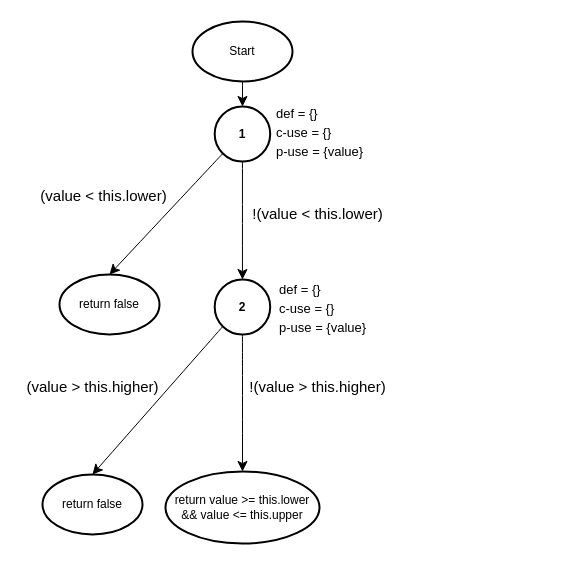
The draw.io diagram Range_Data_Flow_Graph.drawio in seng438-winter-2024/seng438-a3-dominico25, before the edit. Source tidied: cells renumbered, new cells numbered last; positions are measured from the earlier drawing's top-left corner, leaving out a move shared by most shapes. Both pictures are drawn from the tidied source at 100%, with x=0, y=0 at pixel (17, 21).
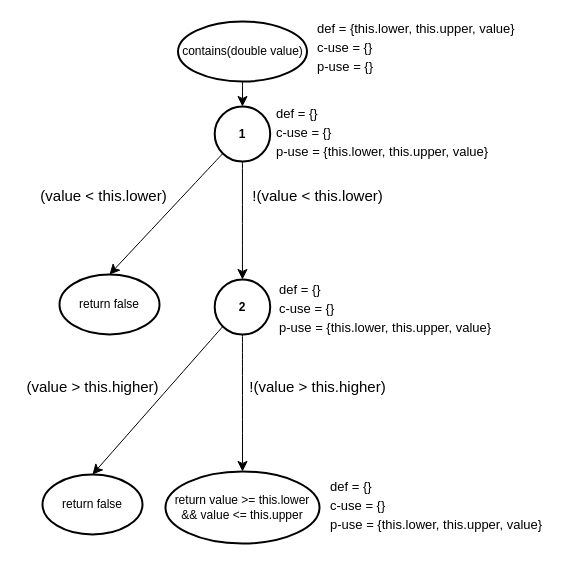
The same diagram, later.

The edit, as a diff of the source:
```diff
@@
-    <mxCell id="3" value="Start" style="strokeWidth=2;html=1;shape=mxgraph.flowchart.start_1;whiteSpace=wrap;" parent="1" vertex="1">
-      <mxGeometry x="175" width="100" height="60" as="geometry" />
+    <mxCell id="3" value="contains(double value)" style="strokeWidth=2;html=1;shape=mxgraph.flowchart.start_1;whiteSpace=wrap;" parent="1" vertex="1">
+      <mxGeometry x="160.5" width="129" height="60" as="geometry" />
     </mxCell>
@@
-    <mxCell id="7" value="&lt;font style=&quot;font-size: 13px;&quot;&gt;def = {}&lt;br&gt;c-use = {}&lt;br&gt;p-use = {value}&lt;/font&gt;" style="text;html=1;align=left;verticalAlign=middle;whiteSpace=wrap;rounded=0;fontSize=16;" parent="1" vertex="1">
-      <mxGeometry x="257" y="85" width="128.2" height="50" as="geometry" />
+    <mxCell id="7" value="&lt;font style=&quot;font-size: 13px;&quot;&gt;def = {}&lt;br&gt;c-use = {}&lt;br&gt;p-use = {this.lower, this.upper, value}&lt;/font&gt;" style="text;html=1;align=left;verticalAlign=middle;whiteSpace=wrap;rounded=0;fontSize=16;" parent="1" vertex="1">
+      <mxGeometry x="257" y="85" width="226" height="50" as="geometry" />
     </mxCell>
@@
     <mxCell id="10" value="&lt;font style=&quot;font-size: 15px;&quot;&gt;!(value &amp;lt; this.lower)&lt;/font&gt;" style="text;html=1;align=center;verticalAlign=middle;strokeColor=none;fillColor=none;fontSize=16;" parent="1" vertex="1">
-      <mxGeometry x="226" y="176" width="148" height="31" as="geometry" />
+      <mxGeometry x="226" y="158.5" width="148" height="31" as="geometry" />
     </mxCell>
@@
-    <mxCell id="12" value="&lt;font style=&quot;font-size: 13px;&quot;&gt;def = {}&lt;br&gt;c-use = {}&lt;br&gt;p-use = {value}&lt;/font&gt;" style="text;html=1;align=left;verticalAlign=middle;whiteSpace=wrap;rounded=0;fontSize=16;" parent="1" vertex="1">
-      <mxGeometry x="260" y="260.5" width="128.2" height="50" as="geometry" />
+    <mxCell id="12" value="&lt;font style=&quot;font-size: 13px;&quot;&gt;def = {}&lt;br&gt;c-use = {}&lt;br&gt;p-use = {this.lower, this.upper, value}&lt;/font&gt;" style="text;html=1;align=left;verticalAlign=middle;whiteSpace=wrap;rounded=0;fontSize=16;" parent="1" vertex="1">
+      <mxGeometry x="260" y="260.5" width="220" height="50" as="geometry" />
     </mxCell>
@@
+    <mxCell id="19" value="&lt;font style=&quot;font-size: 13px;&quot;&gt;def = {this.lower, this.upper, value}&lt;br&gt;c-use = {}&lt;br&gt;p-use = {}&lt;/font&gt;" style="text;html=1;align=left;verticalAlign=middle;whiteSpace=wrap;rounded=0;fontSize=16;" parent="1" vertex="1">
+      <mxGeometry x="298" width="201" height="50" as="geometry" />
+    </mxCell>
+    <mxCell id="20" value="&lt;font style=&quot;font-size: 13px;&quot;&gt;def = {}&lt;br&gt;c-use = {}&lt;br&gt;p-use = {this.lower, this.upper, value}&lt;/font&gt;" style="text;html=1;align=left;verticalAlign=middle;whiteSpace=wrap;rounded=0;fontSize=16;" parent="1" vertex="1">
+      <mxGeometry x="311" y="458" width="220" height="50" as="geometry" />
+    </mxCell>
```
